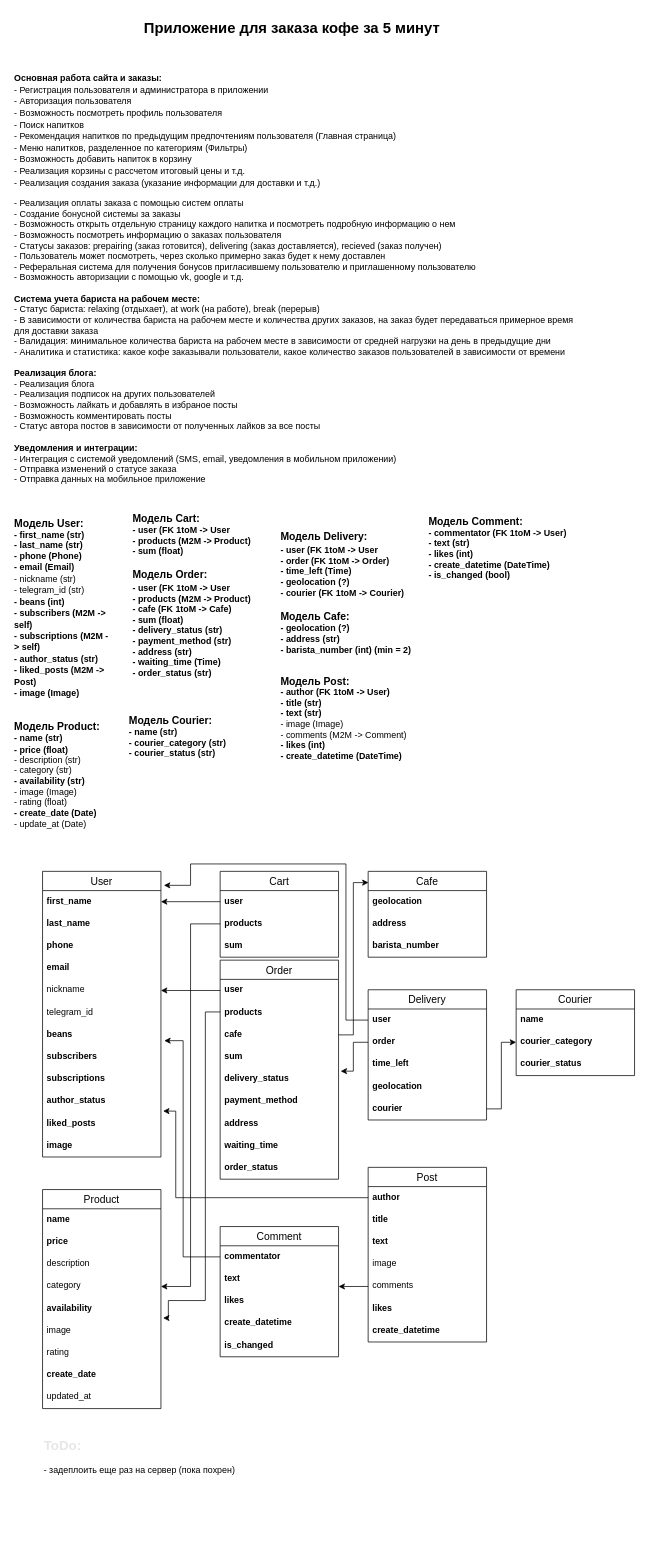
This is tz.drawio from dunkeshn/coffee-shop-drf, a draw.io file, before an edit. Source tidied: cells renumbered, new cells numbered last; positions are measured from the earlier drawing's top-left corner, leaving out a move shared by most shapes. Both pictures are drawn from the tidied source at 74%, with x=0, y=0 at pixel (13, 13).
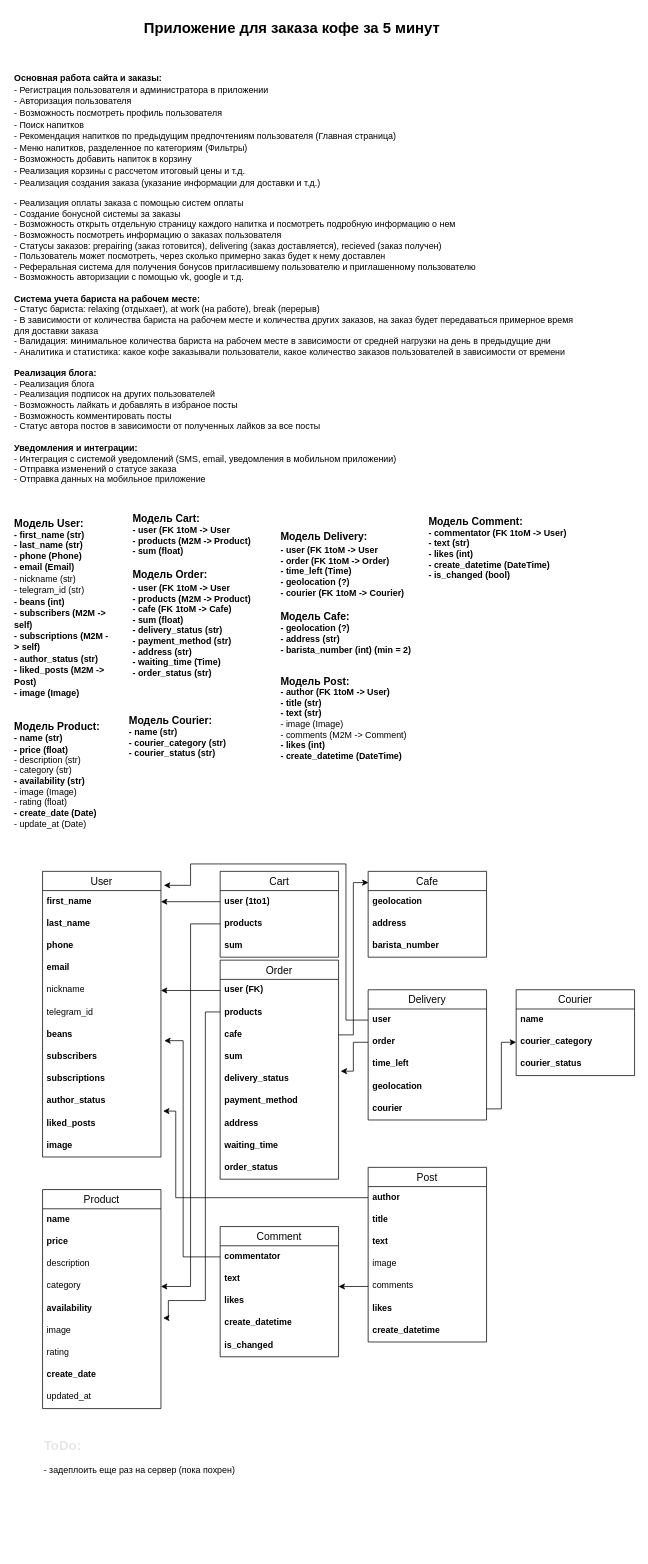
After the change.

The change refers to these unchanged cells:
```xml
<mxCell id="35" value="Cart" style="swimlane;fontStyle=0;horizontal=1;startSize=26;align=center;fontSize=14;" parent="1" vertex="1">
  <mxGeometry x="280" y="1160" width="160" height="116" as="geometry" />
</mxCell>
<mxCell id="40" value="Order" style="swimlane;fontStyle=0;horizontal=1;startSize=26;align=center;fontSize=14;" parent="1" vertex="1">
  <mxGeometry x="280" y="1280" width="160" height="296" as="geometry" />
</mxCell>
```

What changed in the source:
```diff
@@
-    <mxCell id="36" value="user" style="text;strokeColor=none;fillColor=none;spacingLeft=4;spacingRight=4;overflow=hidden;points=[[0,0.5],[1,0.5]];portConstraint=eastwest;fontSize=12;whiteSpace=wrap;html=1;fontStyle=1;" parent="35" vertex="1">
+    <mxCell id="36" value="user (1to1)" style="text;strokeColor=none;fillColor=none;spacingLeft=4;spacingRight=4;overflow=hidden;points=[[0,0.5],[1,0.5]];portConstraint=eastwest;fontSize=12;whiteSpace=wrap;html=1;fontStyle=1;" parent="35" vertex="1">
       <mxGeometry y="26" width="160" height="30" as="geometry" />
     </mxCell>
@@
-    <mxCell id="41" value="user" style="text;strokeColor=none;fillColor=none;spacingLeft=4;spacingRight=4;overflow=hidden;points=[[0,0.5],[1,0.5]];portConstraint=eastwest;fontSize=12;whiteSpace=wrap;html=1;fontStyle=1;" parent="40" vertex="1">
+    <mxCell id="41" value="user (FK)" style="text;strokeColor=none;fillColor=none;spacingLeft=4;spacingRight=4;overflow=hidden;points=[[0,0.5],[1,0.5]];portConstraint=eastwest;fontSize=12;whiteSpace=wrap;html=1;fontStyle=1;" parent="40" vertex="1">
       <mxGeometry y="26" width="160" height="30" as="geometry" />
     </mxCell>
```
